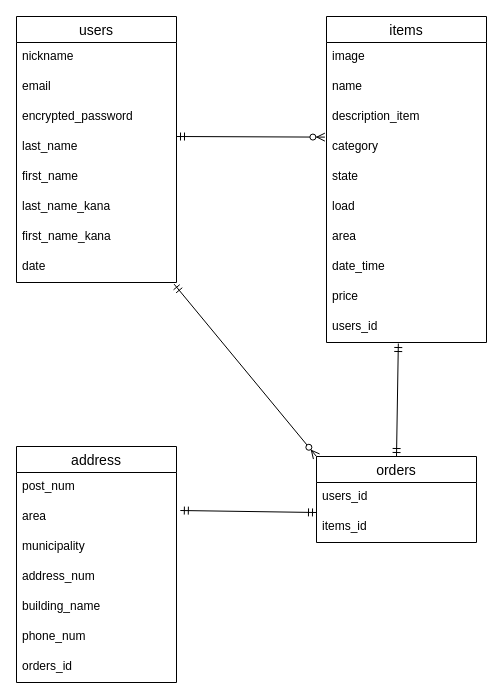
The draw.io diagram page "ページ1" (1 of 2) of furima.dio in yudai1019/furima-38170, before the edit. Source tidied: cells renumbered, new cells numbered last; positions are measured from the earlier drawing's top-left corner, leaving out a move shared by most shapes. Both pictures are drawn from the tidied source at 100%, with x=0, y=0 at pixel (16, 16).
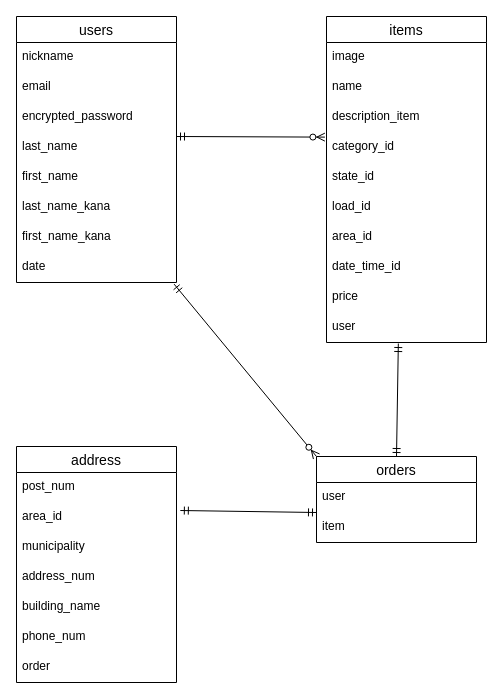
After the change.

Commit message:
データベース

Unchanged cells that the change refers to:
```xml
<mxCell id="11" value="orders" style="swimlane;fontStyle=0;horizontal=1;startSize=26;align=center;fontSize=14;" parent="1" vertex="1">
  <mxGeometry x="300" y="440" width="160" height="86" as="geometry" />
</mxCell>
<mxCell id="15" value="items" style="swimlane;fontStyle=0;horizontal=1;startSize=26;align=center;fontSize=14;" parent="1" vertex="1">
  <mxGeometry x="310" width="160" height="326" as="geometry" />
</mxCell>
<mxCell id="26" value="address" style="swimlane;fontStyle=0;horizontal=1;startSize=26;align=center;fontSize=14;" parent="1" vertex="1">
  <mxGeometry y="430" width="160" height="236" as="geometry" />
</mxCell>
```

The edit, as a diff of the source:
```diff
@@
-    <mxCell id="12" value="users_id" style="text;strokeColor=none;fillColor=none;spacingLeft=4;spacingRight=4;overflow=hidden;fontSize=12;" parent="11" vertex="1">
+    <mxCell id="12" value="user" style="text;strokeColor=none;fillColor=none;spacingLeft=4;spacingRight=4;overflow=hidden;fontSize=12;" parent="11" vertex="1">
       <mxGeometry y="26" width="160" height="30" as="geometry" />
     </mxCell>
@@
-    <mxCell id="14" value="items_id" style="text;strokeColor=none;fillColor=none;spacingLeft=4;spacingRight=4;overflow=hidden;fontSize=12;" parent="11" vertex="1">
+    <mxCell id="14" value="item" style="text;strokeColor=none;fillColor=none;spacingLeft=4;spacingRight=4;overflow=hidden;fontSize=12;" parent="11" vertex="1">
       <mxGeometry y="56" width="160" height="30" as="geometry" />
     </mxCell>
@@
-    <mxCell id="19" value="category&#10;" style="text;strokeColor=none;fillColor=none;spacingLeft=4;spacingRight=4;overflow=hidden;points=[[0,0.5],[1,0.5]];portConstraint=eastwest;fontSize=12;" parent="15" vertex="1">
+    <mxCell id="19" value="category_id&#10;" style="text;strokeColor=none;fillColor=none;spacingLeft=4;spacingRight=4;overflow=hidden;points=[[0,0.5],[1,0.5]];portConstraint=eastwest;fontSize=12;" parent="15" vertex="1">
       <mxGeometry y="116" width="160" height="30" as="geometry" />
     </mxCell>
-    <mxCell id="20" value="state" style="text;strokeColor=none;fillColor=none;spacingLeft=4;spacingRight=4;overflow=hidden;fontSize=12;" parent="15" vertex="1">
+    <mxCell id="20" value="state_id" style="text;strokeColor=none;fillColor=none;spacingLeft=4;spacingRight=4;overflow=hidden;fontSize=12;" parent="15" vertex="1">
       <mxGeometry y="146" width="160" height="30" as="geometry" />
     </mxCell>
-    <mxCell id="21" value="load" style="text;strokeColor=none;fillColor=none;spacingLeft=4;spacingRight=4;overflow=hidden;fontSize=12;" parent="15" vertex="1">
+    <mxCell id="21" value="load_id" style="text;strokeColor=none;fillColor=none;spacingLeft=4;spacingRight=4;overflow=hidden;fontSize=12;" parent="15" vertex="1">
       <mxGeometry y="176" width="160" height="30" as="geometry" />
     </mxCell>
-    <mxCell id="22" value="area" style="text;strokeColor=none;fillColor=none;spacingLeft=4;spacingRight=4;overflow=hidden;fontSize=12;" parent="15" vertex="1">
+    <mxCell id="22" value="area_id" style="text;strokeColor=none;fillColor=none;spacingLeft=4;spacingRight=4;overflow=hidden;fontSize=12;" parent="15" vertex="1">
       <mxGeometry y="206" width="160" height="30" as="geometry" />
     </mxCell>
-    <mxCell id="23" value="date_time" style="text;strokeColor=none;fillColor=none;spacingLeft=4;spacingRight=4;overflow=hidden;fontSize=12;" parent="15" vertex="1">
+    <mxCell id="23" value="date_time_id" style="text;strokeColor=none;fillColor=none;spacingLeft=4;spacingRight=4;overflow=hidden;fontSize=12;" parent="15" vertex="1">
       <mxGeometry y="236" width="160" height="30" as="geometry" />
     </mxCell>
@@
-    <mxCell id="25" value="users_id" style="text;strokeColor=none;fillColor=none;spacingLeft=4;spacingRight=4;overflow=hidden;points=[[0,0.5],[1,0.5]];portConstraint=eastwest;fontSize=12;" parent="15" vertex="1">
+    <mxCell id="25" value="user" style="text;strokeColor=none;fillColor=none;spacingLeft=4;spacingRight=4;overflow=hidden;points=[[0,0.5],[1,0.5]];portConstraint=eastwest;fontSize=12;" parent="15" vertex="1">
       <mxGeometry y="296" width="160" height="30" as="geometry" />
     </mxCell>
@@
-    <mxCell id="28" value="area" style="text;strokeColor=none;fillColor=none;spacingLeft=4;spacingRight=4;overflow=hidden;points=[[0,0.5],[1,0.5]];portConstraint=eastwest;fontSize=12;" parent="26" vertex="1">
+    <mxCell id="28" value="area_id" style="text;strokeColor=none;fillColor=none;spacingLeft=4;spacingRight=4;overflow=hidden;points=[[0,0.5],[1,0.5]];portConstraint=eastwest;fontSize=12;" parent="26" vertex="1">
       <mxGeometry y="56" width="160" height="30" as="geometry" />
     </mxCell>
@@
-    <mxCell id="33" value="orders_id" style="text;strokeColor=none;fillColor=none;spacingLeft=4;spacingRight=4;overflow=hidden;fontSize=12;" parent="26" vertex="1">
+    <mxCell id="33" value="order" style="text;strokeColor=none;fillColor=none;spacingLeft=4;spacingRight=4;overflow=hidden;fontSize=12;" parent="26" vertex="1">
       <mxGeometry y="206" width="160" height="30" as="geometry" />
     </mxCell>
```
